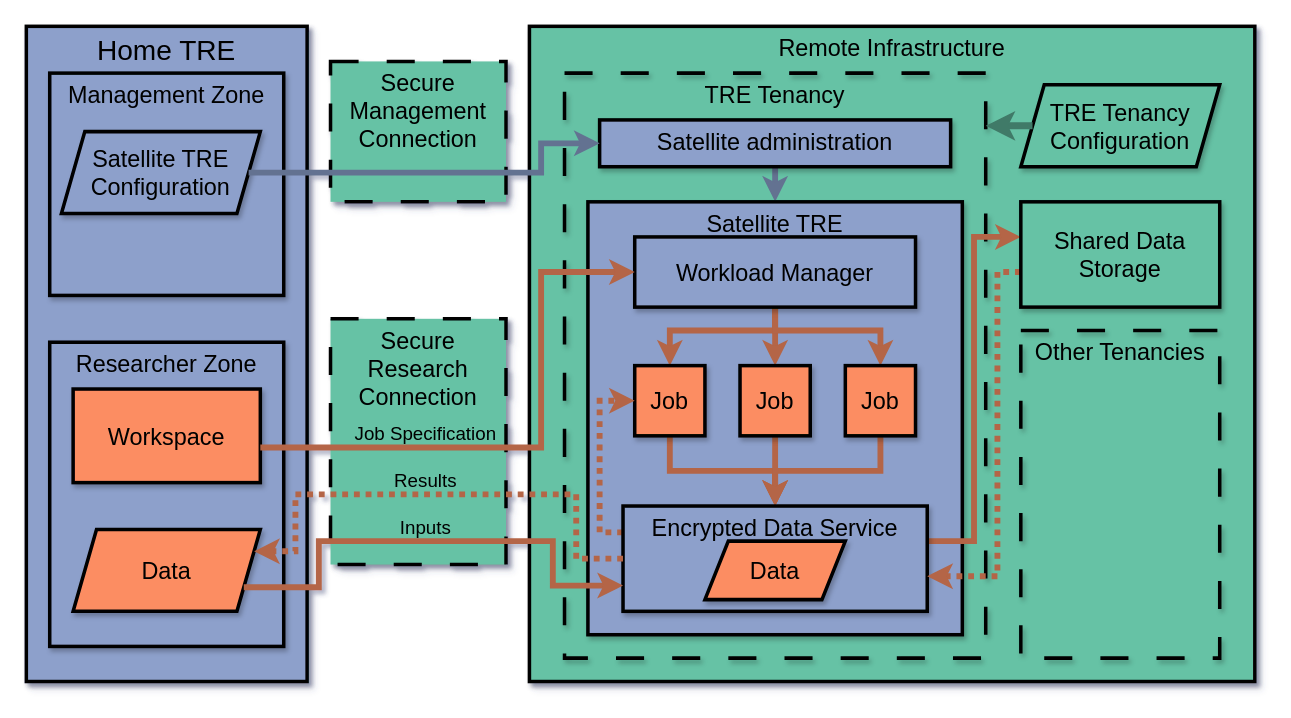
Above: docs/static/satellite_tre.drawio in alan-turing-institute/fridge (draw.io), before the change. Source tidied: cells renumbered, new cells numbered last; positions are measured from the earlier drawing's top-left corner, leaving out a move shared by most shapes. Both pictures are drawn from the tidied source at 117%, with x=0, y=0 at pixel (26, 26).
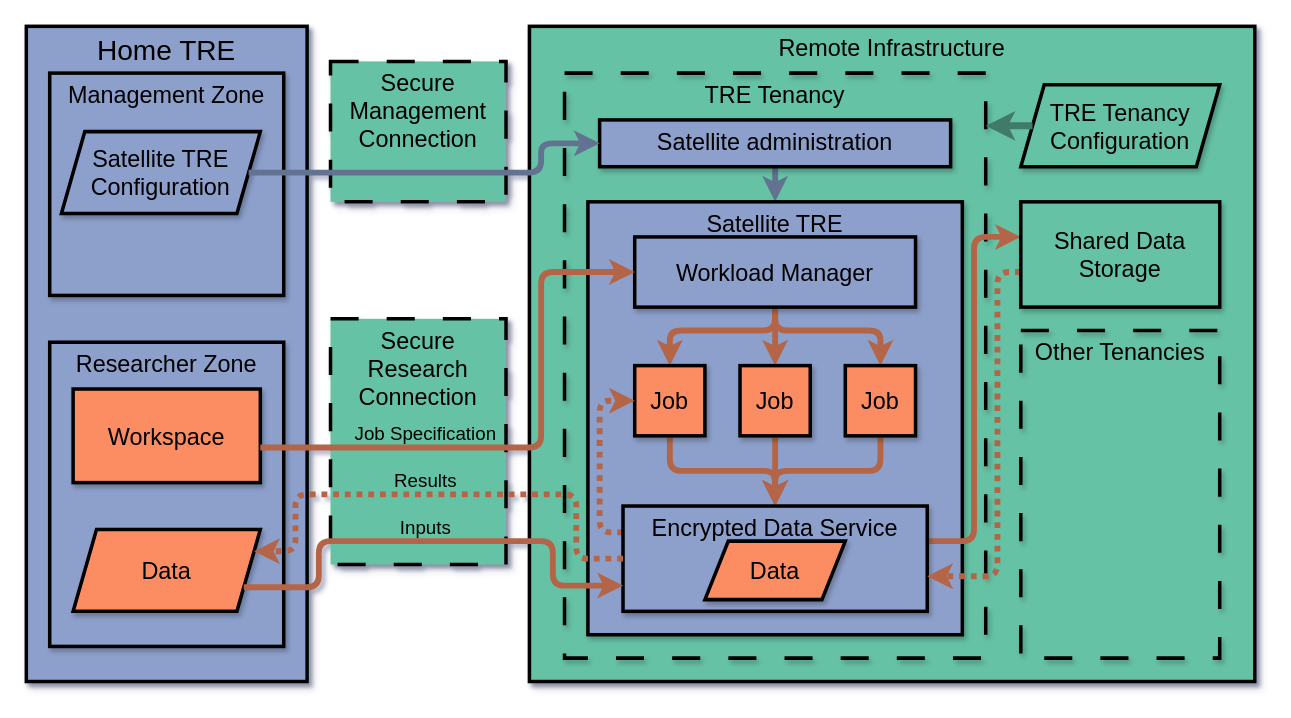
The same page after the edit.

Commit message (it also covers changes not shown here):
WIP: internal architecture

Unchanged cells that the change refers to:
```xml
<mxCell id="5" value="Satellite TRE Configuration" style="shape=parallelogram;perimeter=parallelogramPerimeter;whiteSpace=wrap;html=1;fixedSize=1;rounded=0;shadow=1;strokeColor=default;strokeWidth=3;align=center;verticalAlign=middle;fontFamily=Helvetica;fontSize=20;fontColor=default;fillColor=#8DA0CB;" parent="1" vertex="1">
  <mxGeometry x="30" y="90" width="170" height="70" as="geometry" />
</mxCell>
<mxCell id="8" value="Workspace" style="rounded=0;whiteSpace=wrap;html=1;fontSize=20;verticalAlign=middle;strokeWidth=3;fillColor=#FC8D62;shadow=1;" parent="6" vertex="1">
  <mxGeometry x="20" y="40" width="160" height="80" as="geometry" />
</mxCell>
<mxCell id="9" value="Data" style="shape=parallelogram;perimeter=parallelogramPerimeter;whiteSpace=wrap;html=1;fixedSize=1;rounded=0;shadow=1;strokeColor=default;strokeWidth=3;align=center;verticalAlign=middle;fontFamily=Helvetica;fontSize=20;fontColor=default;fillColor=#FC8D62;" parent="6" vertex="1">
  <mxGeometry x="20" y="160" width="160" height="70" as="geometry" />
</mxCell>
<mxCell id="10" style="group;" parent="1" vertex="1">
  <mxGeometry x="430" width="620" height="560" as="geometry" />
</mxCell>
<mxCell id="15" value="Satellite administration" style="rounded=0;whiteSpace=wrap;html=1;shadow=1;strokeColor=default;strokeWidth=3;align=center;verticalAlign=top;fontFamily=Helvetica;fontSize=20;fontColor=default;fillColor=#8DA0CB;" parent="10" vertex="1">
  <mxGeometry x="60" y="80" width="300" height="40" as="geometry" />
</mxCell>
<mxCell id="20" value="Workload Manager" style="rounded=0;whiteSpace=wrap;html=1;shadow=1;strokeColor=default;strokeWidth=3;align=center;verticalAlign=middle;fontFamily=Helvetica;fontSize=20;fontColor=default;fillColor=#8DA0CB;" parent="10" vertex="1">
  <mxGeometry x="90" y="180" width="240" height="60" as="geometry" />
</mxCell>
<mxCell id="22" value="Job" style="rounded=0;whiteSpace=wrap;html=1;shadow=1;strokeColor=default;strokeWidth=3;align=center;verticalAlign=middle;fontFamily=Helvetica;fontSize=20;fontColor=default;fillColor=#FC8D62;" parent="10" vertex="1">
  <mxGeometry x="90" y="290" width="60" height="60" as="geometry" />
</mxCell>
<mxCell id="24" value="Job" style="rounded=0;whiteSpace=wrap;html=1;shadow=1;strokeColor=default;strokeWidth=3;align=center;verticalAlign=middle;fontFamily=Helvetica;fontSize=20;fontColor=default;fillColor=#FC8D62;" parent="10" vertex="1">
  <mxGeometry x="180" y="290" width="60" height="60" as="geometry" />
</mxCell>
<mxCell id="26" value="Job" style="rounded=0;whiteSpace=wrap;html=1;shadow=1;strokeColor=default;strokeWidth=3;align=center;verticalAlign=middle;fontFamily=Helvetica;fontSize=20;fontColor=default;fillColor=#FC8D62;" parent="10" vertex="1">
  <mxGeometry x="270" y="290" width="60" height="60" as="geometry" />
</mxCell>
<mxCell id="29" value="Encrypted Data Service" style="rounded=0;whiteSpace=wrap;html=1;align=center;verticalAlign=top;fontFamily=Helvetica;fontSize=20;fontColor=default;fillColor=#8DA0CB;gradientColor=none;shadow=1;strokeColor=default;strokeWidth=3;" parent="10" vertex="1">
  <mxGeometry x="80" y="410" width="260" height="90" as="geometry" />
</mxCell>
<mxCell id="32" value="Shared Data Storage" style="rounded=0;whiteSpace=wrap;html=1;shadow=1;strokeColor=default;strokeWidth=3;align=center;verticalAlign=middle;fontFamily=Helvetica;fontSize=20;fontColor=default;fillColor=#66C2A5;" parent="10" vertex="1">
  <mxGeometry x="420" y="150" width="170" height="90" as="geometry" />
</mxCell>
```

Diff of the diagram source:
```diff
@@
-    <mxCell id="17" style="edgeStyle=orthogonalEdgeStyle;rounded=0;jettySize=auto;html=1;exitX=0.5;exitY=1;exitDx=0;exitDy=0;entryX=0.5;entryY=0;entryDx=0;entryDy=0;strokeColor=#B46546;strokeWidth=5;align=center;verticalAlign=middle;fontFamily=Helvetica;fontSize=11;fontColor=default;labelBackgroundColor=default;endArrow=classic;" parent="10" edge="1" source="20" target="22">
+    <mxCell id="17" style="edgeStyle=orthogonalEdgeStyle;rounded=1;jettySize=auto;html=1;exitX=0.5;exitY=1;exitDx=0;exitDy=0;entryX=0.5;entryY=0;entryDx=0;entryDy=0;strokeColor=#B46546;strokeWidth=5;align=center;verticalAlign=middle;fontFamily=Helvetica;fontSize=11;fontColor=default;labelBackgroundColor=default;endArrow=classic;curved=0;" parent="10" edge="1" source="20" target="22">
       <mxGeometry relative="1" as="geometry">
         <Array as="points">
           <mxPoint x="210" y="260" />
           <mxPoint x="120" y="260" />
         </Array>
       </mxGeometry>
     </mxCell>
-    <mxCell id="18" style="edgeStyle=orthogonalEdgeStyle;rounded=0;jettySize=auto;html=1;exitX=0.5;exitY=1;exitDx=0;exitDy=0;entryX=0.5;entryY=0;entryDx=0;entryDy=0;strokeColor=#B46546;strokeWidth=5;align=center;verticalAlign=middle;fontFamily=Helvetica;fontSize=11;fontColor=default;labelBackgroundColor=default;endArrow=classic;" parent="10" edge="1" source="20" target="24">
+    <mxCell id="18" style="edgeStyle=orthogonalEdgeStyle;rounded=1;jettySize=auto;html=1;exitX=0.5;exitY=1;exitDx=0;exitDy=0;entryX=0.5;entryY=0;entryDx=0;entryDy=0;strokeColor=#B46546;strokeWidth=5;align=center;verticalAlign=middle;fontFamily=Helvetica;fontSize=11;fontColor=default;labelBackgroundColor=default;endArrow=classic;curved=0;" parent="10" edge="1" source="20" target="24">
       <mxGeometry relative="1" as="geometry" />
     </mxCell>
-    <mxCell id="19" style="edgeStyle=orthogonalEdgeStyle;rounded=0;jettySize=auto;html=1;exitX=0.5;exitY=1;exitDx=0;exitDy=0;entryX=0.5;entryY=0;entryDx=0;entryDy=0;strokeColor=#B46546;strokeWidth=5;align=center;verticalAlign=middle;fontFamily=Helvetica;fontSize=11;fontColor=default;labelBackgroundColor=default;endArrow=classic;" parent="10" edge="1" source="20" target="26">
+    <mxCell id="19" style="edgeStyle=orthogonalEdgeStyle;rounded=1;jettySize=auto;html=1;exitX=0.5;exitY=1;exitDx=0;exitDy=0;entryX=0.5;entryY=0;entryDx=0;entryDy=0;strokeColor=#B46546;strokeWidth=5;align=center;verticalAlign=middle;fontFamily=Helvetica;fontSize=11;fontColor=default;labelBackgroundColor=default;endArrow=classic;curved=0;" parent="10" edge="1" source="20" target="26">
       <mxGeometry relative="1" as="geometry">
         <Array as="points">
           <mxPoint x="210" y="260" />
           <mxPoint x="300" y="260" />
         </Array>
       </mxGeometry>
     </mxCell>
@@
-    <mxCell id="21" style="edgeStyle=orthogonalEdgeStyle;rounded=0;jettySize=auto;html=1;exitX=0.5;exitY=1;exitDx=0;exitDy=0;entryX=0.5;entryY=0;entryDx=0;entryDy=0;startArrow=none;startFill=0;strokeColor=#B46546;strokeWidth=5;align=center;verticalAlign=middle;fontFamily=Helvetica;fontSize=11;fontColor=default;labelBackgroundColor=default;endArrow=classic;" parent="10" edge="1" source="22" target="29">
+    <mxCell id="21" style="edgeStyle=orthogonalEdgeStyle;rounded=1;jettySize=auto;html=1;exitX=0.5;exitY=1;exitDx=0;exitDy=0;entryX=0.5;entryY=0;entryDx=0;entryDy=0;startArrow=none;startFill=0;strokeColor=#B46546;strokeWidth=5;align=center;verticalAlign=middle;fontFamily=Helvetica;fontSize=11;fontColor=default;labelBackgroundColor=default;endArrow=classic;curved=0;" parent="10" edge="1" source="22" target="29">
       <mxGeometry relative="1" as="geometry" />
     </mxCell>
@@
-    <mxCell id="23" style="edgeStyle=orthogonalEdgeStyle;rounded=0;jettySize=auto;html=1;exitX=0.5;exitY=1;exitDx=0;exitDy=0;entryX=0.5;entryY=0;entryDx=0;entryDy=0;startArrow=none;startFill=0;strokeColor=#B46546;strokeWidth=5;align=center;verticalAlign=middle;fontFamily=Helvetica;fontSize=11;fontColor=default;labelBackgroundColor=default;endArrow=classic;" parent="10" edge="1" source="24" target="29">
+    <mxCell id="23" style="edgeStyle=orthogonalEdgeStyle;rounded=1;jettySize=auto;html=1;exitX=0.5;exitY=1;exitDx=0;exitDy=0;entryX=0.5;entryY=0;entryDx=0;entryDy=0;startArrow=none;startFill=0;strokeColor=#B46546;strokeWidth=5;align=center;verticalAlign=middle;fontFamily=Helvetica;fontSize=11;fontColor=default;labelBackgroundColor=default;endArrow=classic;curved=0;" parent="10" edge="1" source="24" target="29">
       <mxGeometry relative="1" as="geometry" />
     </mxCell>
@@
-    <mxCell id="25" style="edgeStyle=orthogonalEdgeStyle;rounded=0;jettySize=auto;html=1;exitX=0.5;exitY=1;exitDx=0;exitDy=0;entryX=0.5;entryY=0;entryDx=0;entryDy=0;startArrow=none;startFill=0;strokeColor=#B46546;strokeWidth=5;align=center;verticalAlign=middle;fontFamily=Helvetica;fontSize=11;fontColor=default;labelBackgroundColor=default;endArrow=classic;" parent="10" edge="1" source="26" target="29">
+    <mxCell id="25" style="edgeStyle=orthogonalEdgeStyle;rounded=1;jettySize=auto;html=1;exitX=0.5;exitY=1;exitDx=0;exitDy=0;entryX=0.5;entryY=0;entryDx=0;entryDy=0;startArrow=none;startFill=0;strokeColor=#B46546;strokeWidth=5;align=center;verticalAlign=middle;fontFamily=Helvetica;fontSize=11;fontColor=default;labelBackgroundColor=default;endArrow=classic;curved=0;" parent="10" edge="1" source="26" target="29">
       <mxGeometry relative="1" as="geometry" />
     </mxCell>
@@
-    <mxCell id="27" style="edgeStyle=orthogonalEdgeStyle;rounded=0;jettySize=auto;html=1;startArrow=none;startFill=0;strokeColor=#B46546;strokeWidth=5;align=center;verticalAlign=middle;fontFamily=Helvetica;fontSize=11;fontColor=default;labelBackgroundColor=default;endArrow=classic;" parent="10" edge="1" source="29" target="32">
+    <mxCell id="27" style="edgeStyle=orthogonalEdgeStyle;rounded=1;jettySize=auto;html=1;startArrow=none;startFill=0;strokeColor=#B46546;strokeWidth=5;align=center;verticalAlign=middle;fontFamily=Helvetica;fontSize=11;fontColor=default;labelBackgroundColor=default;endArrow=classic;curved=0;" parent="10" edge="1" source="29" target="32">
       <mxGeometry relative="1" as="geometry">
         <Array as="points">
           <mxPoint x="380" y="440" />
           <mxPoint x="380" y="180" />
         </Array>
       </mxGeometry>
     </mxCell>
-    <mxCell id="28" style="edgeStyle=orthogonalEdgeStyle;rounded=0;jettySize=auto;html=1;exitX=0;exitY=0.25;exitDx=0;exitDy=0;entryX=0;entryY=0.5;entryDx=0;entryDy=0;dashed=1;dashPattern=1 1;strokeColor=#B46546;strokeWidth=5;align=center;verticalAlign=bottom;fontFamily=Helvetica;fontSize=16;fontColor=default;labelBackgroundColor=none;horizontal=1;endArrow=classic;" parent="10" edge="1" source="29" target="22">
+    <mxCell id="28" style="edgeStyle=orthogonalEdgeStyle;rounded=1;jettySize=auto;html=1;exitX=0;exitY=0.25;exitDx=0;exitDy=0;entryX=0;entryY=0.5;entryDx=0;entryDy=0;dashed=1;dashPattern=1 1;strokeColor=#B46546;strokeWidth=5;align=center;verticalAlign=bottom;fontFamily=Helvetica;fontSize=16;fontColor=default;labelBackgroundColor=none;horizontal=1;endArrow=classic;curved=0;" parent="10" edge="1" source="29" target="22">
       <mxGeometry relative="1" as="geometry">
         <Array as="points">
           <mxPoint x="60" y="432" />
           <mxPoint x="60" y="320" />
         </Array>
       </mxGeometry>
     </mxCell>
@@
-    <mxCell id="31" style="edgeStyle=orthogonalEdgeStyle;rounded=0;jettySize=auto;html=1;strokeColor=#B46546;strokeWidth=5;align=center;verticalAlign=middle;fontFamily=Helvetica;fontSize=11;fontColor=default;labelBackgroundColor=default;startArrow=none;startFill=0;endArrow=classic;dashed=1;dashPattern=1 1;" parent="10" edge="1" source="32" target="29">
+    <mxCell id="31" style="edgeStyle=orthogonalEdgeStyle;rounded=1;jettySize=auto;html=1;strokeColor=#B46546;strokeWidth=5;align=center;verticalAlign=middle;fontFamily=Helvetica;fontSize=11;fontColor=default;labelBackgroundColor=default;startArrow=none;startFill=0;endArrow=classic;dashed=1;dashPattern=1 1;curved=0;" parent="10" edge="1" source="32" target="29">
       <mxGeometry relative="1" as="geometry">
         <Array as="points">
           <mxPoint x="400" y="210" />
           <mxPoint x="400" y="470" />
         </Array>
       </mxGeometry>
     </mxCell>
@@
-    <mxCell id="35" value="Job Specification" style="edgeStyle=orthogonalEdgeStyle;rounded=0;jettySize=auto;html=1;entryX=0;entryY=0.5;entryDx=0;entryDy=0;strokeWidth=5;strokeColor=#B46546;labelBackgroundColor=none;fontColor=default;textDirection=ltr;labelPosition=center;verticalLabelPosition=top;align=center;verticalAlign=bottom;horizontal=1;fontSize=16;labelBorderColor=none;textShadow=0;" parent="1" edge="1" source="8" target="20">
+    <mxCell id="35" value="Job Specification" style="edgeStyle=orthogonalEdgeStyle;rounded=1;jettySize=auto;html=1;entryX=0;entryY=0.5;entryDx=0;entryDy=0;strokeWidth=5;strokeColor=#B46546;labelBackgroundColor=none;fontColor=default;textDirection=ltr;labelPosition=center;verticalLabelPosition=top;align=center;verticalAlign=bottom;horizontal=1;fontSize=16;labelBorderColor=none;textShadow=0;curved=0;" parent="1" edge="1" source="8" target="20">
       <mxGeometry x="-0.4" relative="1" as="geometry">
         <Array as="points">
           <mxPoint x="440" y="360" />
           <mxPoint x="440" y="210" />
         </Array>
       </mxGeometry>
     </mxCell>
-    <mxCell id="36" value="Results" style="edgeStyle=orthogonalEdgeStyle;rounded=0;jettySize=auto;html=1;entryX=1;entryY=0.25;entryDx=0;entryDy=0;strokeWidth=5;strokeColor=#B46546;labelBackgroundColor=none;fontSize=16;horizontal=1;labelPosition=center;verticalLabelPosition=top;align=center;verticalAlign=bottom;dashed=1;dashPattern=1 1;" parent="1" edge="1" source="29" target="9">
+    <mxCell id="36" value="Results" style="edgeStyle=orthogonalEdgeStyle;rounded=1;jettySize=auto;html=1;entryX=1;entryY=0.25;entryDx=0;entryDy=0;strokeWidth=5;strokeColor=#B46546;labelBackgroundColor=none;fontSize=16;horizontal=1;labelPosition=center;verticalLabelPosition=top;align=center;verticalAlign=bottom;dashed=1;dashPattern=1 1;curved=0;" parent="1" edge="1" source="29" target="9">
       <mxGeometry x="0.07" relative="1" as="geometry">
         <Array as="points">
           <mxPoint x="470" y="455" />
           <mxPoint x="470" y="400" />
           <mxPoint x="230" y="400" />
           <mxPoint x="230" y="449" />
         </Array>
       </mxGeometry>
     </mxCell>
-    <mxCell id="37" value="Inputs" style="edgeStyle=orthogonalEdgeStyle;rounded=0;jettySize=auto;html=1;exitX=1;exitY=0.75;exitDx=0;exitDy=0;strokeWidth=5;strokeColor=#B46546;labelBackgroundColor=none;fontSize=16;labelPosition=center;verticalLabelPosition=top;align=center;verticalAlign=bottom;" parent="1" edge="1" source="9" target="29">
+    <mxCell id="37" value="Inputs" style="edgeStyle=orthogonalEdgeStyle;rounded=1;jettySize=auto;html=1;exitX=1;exitY=0.75;exitDx=0;exitDy=0;strokeWidth=5;strokeColor=#B46546;labelBackgroundColor=none;fontSize=16;labelPosition=center;verticalLabelPosition=top;align=center;verticalAlign=bottom;curved=0;" parent="1" edge="1" source="9" target="29">
       <mxGeometry x="-0.03" relative="1" as="geometry">
         <Array as="points">
           <mxPoint x="250" y="479" />
           <mxPoint x="250" y="440" />
           <mxPoint x="450" y="440" />
           <mxPoint x="450" y="478" />
         </Array>
       </mxGeometry>
     </mxCell>
@@
-    <mxCell id="39" style="edgeStyle=orthogonalEdgeStyle;rounded=0;jettySize=auto;html=1;exitX=1;exitY=0.5;exitDx=0;exitDy=0;entryX=0;entryY=0.5;entryDx=0;entryDy=0;strokeWidth=5;strokeColor=#647291;" parent="1" edge="1" source="5" target="15">
+    <mxCell id="39" style="edgeStyle=orthogonalEdgeStyle;rounded=1;jettySize=auto;html=1;exitX=1;exitY=0.5;exitDx=0;exitDy=0;entryX=0;entryY=0.5;entryDx=0;entryDy=0;strokeWidth=5;strokeColor=#647291;curved=0;" parent="1" edge="1" source="5" target="15">
       <mxGeometry relative="1" as="geometry">
         <Array as="points">
           <mxPoint x="440" y="125" />
           <mxPoint x="440" y="100" />
         </Array>
       </mxGeometry>
     </mxCell>
```
